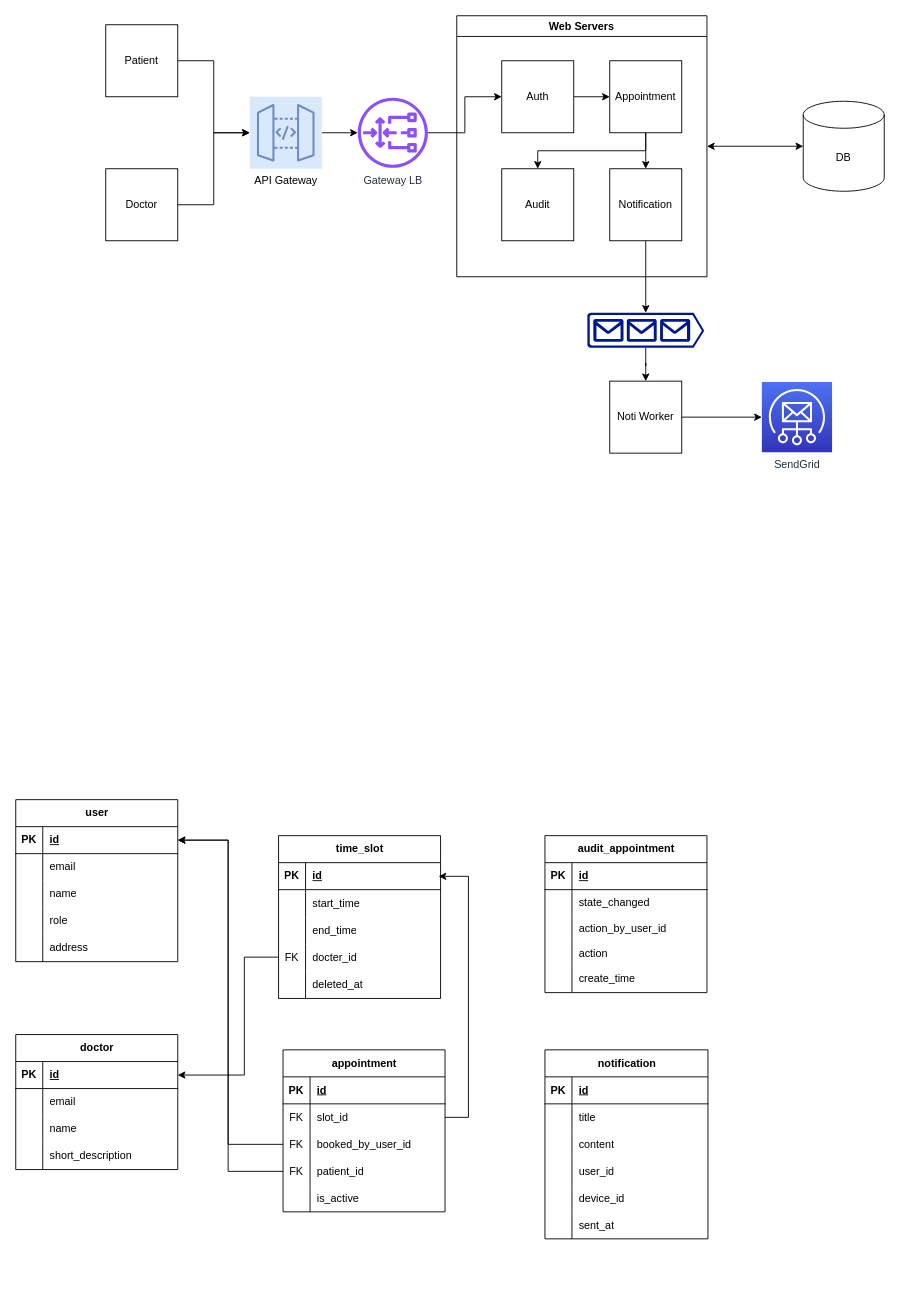
Before: projects/clinic_appointment_system/Untitled Diagram.drawio in Nhinlee/system-design-practice, a draw.io diagram. Source tidied: cells renumbered, new cells numbered last; positions are measured from the earlier drawing's top-left corner, leaving out a move shared by most shapes. Both pictures are drawn from the tidied source at 90%, with x=0, y=0 at pixel (15, 15).
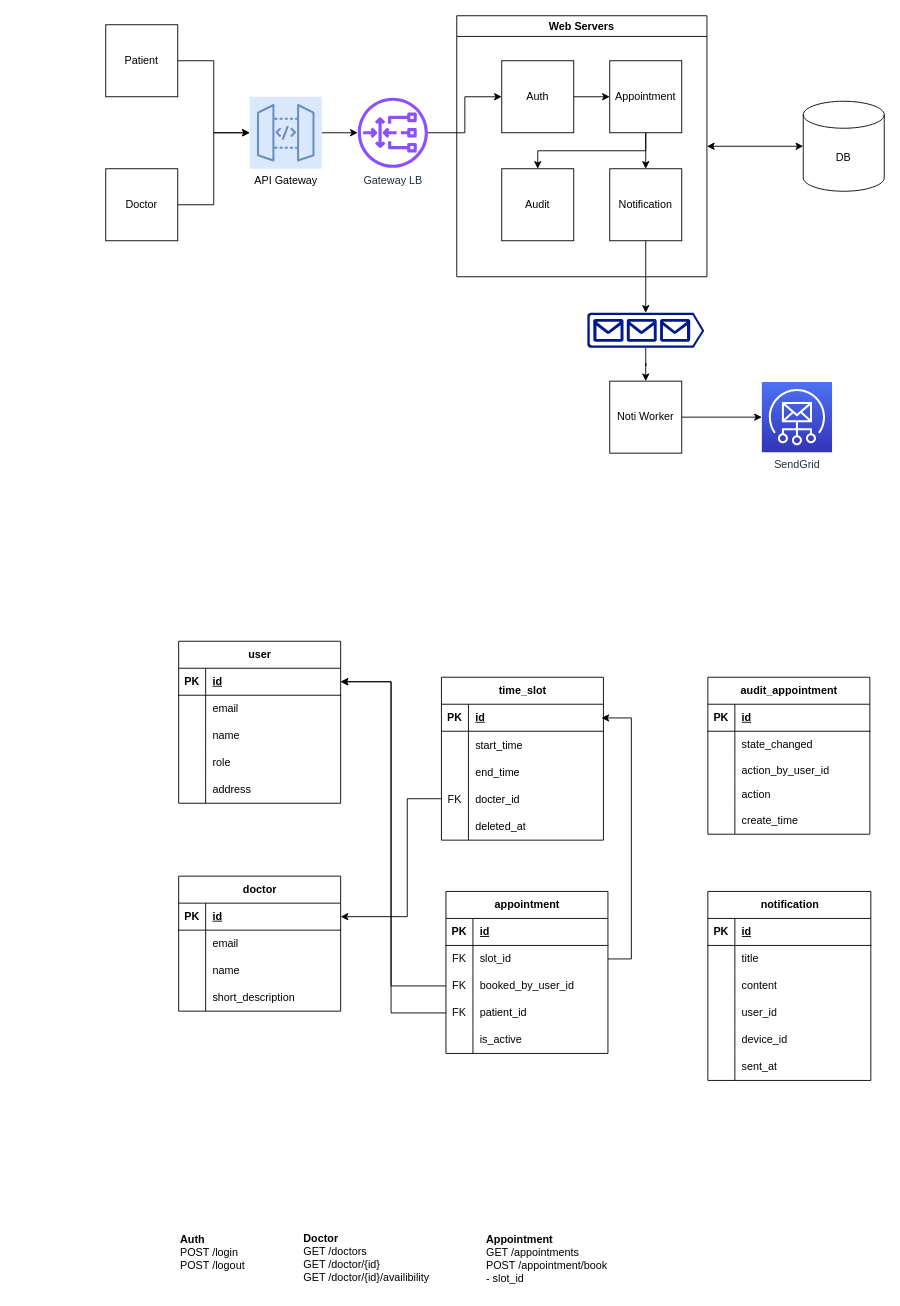
The same diagram, later.

The change refers to these unchanged cells:
```xml
<mxCell id="27" style="shape=tableRow;horizontal=0;startSize=0;swimlaneHead=0;swimlaneBody=0;fillColor=none;points=[[0,0.5],[1,0.5]];portConstraint=eastwest;top=0;left=0;right=0;bottom=1;" parent="26" vertex="1">
  <mxGeometry y="30" width="180" height="30" as="geometry" />
</mxCell>
<mxCell id="43" style="shape=tableRow;horizontal=0;startSize=0;swimlaneHead=0;swimlaneBody=0;fillColor=none;points=[[0,0.5],[1,0.5]];portConstraint=eastwest;top=0;left=0;right=0;bottom=1;" parent="42" vertex="1">
  <mxGeometry y="30" width="180" height="30" as="geometry" />
</mxCell>
<mxCell id="52" style="shape=tableRow;horizontal=0;startSize=0;swimlaneHead=0;swimlaneBody=0;fillColor=none;points=[[0,0.5],[1,0.5]];portConstraint=eastwest;top=0;left=0;right=0;bottom=0;" parent="42" vertex="1">
  <mxGeometry y="121" width="180" height="30" as="geometry" />
</mxCell>
<mxCell id="62" style="shape=tableRow;horizontal=0;startSize=0;swimlaneHead=0;swimlaneBody=0;fillColor=none;points=[[0,0.5],[1,0.5]];portConstraint=eastwest;top=0;left=0;right=0;bottom=0;" parent="58" vertex="1">
  <mxGeometry y="60" width="180" height="30" as="geometry" />
</mxCell>
<mxCell id="65" style="shape=tableRow;horizontal=0;startSize=0;swimlaneHead=0;swimlaneBody=0;fillColor=none;points=[[0,0.5],[1,0.5]];portConstraint=eastwest;top=0;left=0;right=0;bottom=0;" parent="58" vertex="1">
  <mxGeometry y="90" width="180" height="30" as="geometry" />
</mxCell>
<mxCell id="68" style="shape=tableRow;horizontal=0;startSize=0;swimlaneHead=0;swimlaneBody=0;fillColor=none;points=[[0,0.5],[1,0.5]];portConstraint=eastwest;top=0;left=0;right=0;bottom=0;" parent="58" vertex="1">
  <mxGeometry y="120" width="180" height="30" as="geometry" />
</mxCell>
<mxCell id="78" style="shape=tableRow;horizontal=0;startSize=0;swimlaneHead=0;swimlaneBody=0;fillColor=none;points=[[0,0.5],[1,0.5]];portConstraint=eastwest;top=0;left=0;right=0;bottom=1;" parent="77" vertex="1">
  <mxGeometry y="30" width="180" height="30" as="geometry" />
</mxCell>
```

Change to the diagram source:
```diff
@@
     <mxCell id="26" value="user" style="shape=table;startSize=30;childLayout=tableLayout;rowLines=0;fontStyle=1;align=center;html=1;" parent="1" vertex="1">
-      <mxGeometry y="871" width="180" height="180" as="geometry" />
+      <mxGeometry x="181" y="695" width="180" height="180" as="geometry" />
     </mxCell>
@@
     <mxCell id="42" value="time_slot" style="shape=table;startSize=30;childLayout=tableLayout;rowLines=0;fontStyle=1;align=center;html=1;" parent="1" vertex="1">
-      <mxGeometry x="292" y="911" width="180" height="180.9" as="geometry" />
+      <mxGeometry x="473" y="735" width="180" height="181" as="geometry" />
     </mxCell>
@@
     <mxCell id="58" value="appointment" style="shape=table;startSize=30;childLayout=tableLayout;rowLines=0;fontStyle=1;align=center;html=1;" parent="1" vertex="1">
-      <mxGeometry x="297" y="1149" width="180" height="180" as="geometry" />
+      <mxGeometry x="478" y="973" width="180" height="180" as="geometry" />
     </mxCell>
@@
     <mxCell id="74" style="edgeStyle=orthogonalEdgeStyle;rounded=0;jettySize=auto;html=1;entryX=1;entryY=0.5;entryDx=0;entryDy=0;" parent="1" edge="1" source="68" target="27">
       <mxGeometry relative="1" as="geometry">
         <Array as="points">
-          <mxPoint x="236" y="1284" />
-          <mxPoint x="236" y="916" />
+          <mxPoint x="417" y="1108" />
+          <mxPoint x="417" y="740" />
         </Array>
       </mxGeometry>
     </mxCell>
     <mxCell id="75" style="edgeStyle=orthogonalEdgeStyle;rounded=0;jettySize=auto;html=1;entryX=1;entryY=0.5;entryDx=0;entryDy=0;" parent="1" edge="1" source="65" target="27">
       <mxGeometry relative="1" as="geometry">
         <Array as="points">
-          <mxPoint x="236" y="1254" />
-          <mxPoint x="236" y="916" />
+          <mxPoint x="417" y="1078" />
+          <mxPoint x="417" y="740" />
         </Array>
       </mxGeometry>
     </mxCell>
     <mxCell id="76" style="edgeStyle=orthogonalEdgeStyle;rounded=0;jettySize=auto;html=1;entryX=0.988;entryY=0.507;entryDx=0;entryDy=0;entryPerimeter=0;" parent="1" edge="1" source="62" target="43">
       <mxGeometry relative="1" as="geometry">
         <Array as="points">
-          <mxPoint x="503" y="1224" />
-          <mxPoint x="503" y="956" />
+          <mxPoint x="684" y="1048" />
+          <mxPoint x="684" y="780" />
         </Array>
       </mxGeometry>
     </mxCell>
     <mxCell id="77" value="doctor" style="shape=table;startSize=30;childLayout=tableLayout;rowLines=0;fontStyle=1;align=center;html=1;" parent="1" vertex="1">
-      <mxGeometry y="1132" width="180" height="150" as="geometry" />
+      <mxGeometry x="181" y="956" width="180" height="150" as="geometry" />
     </mxCell>
@@
     <mxCell id="90" style="edgeStyle=orthogonalEdgeStyle;rounded=0;jettySize=auto;html=1;" parent="1" edge="1" source="52" target="78">
       <mxGeometry relative="1" as="geometry">
         <Array as="points">
-          <mxPoint x="254" y="1046" />
-          <mxPoint x="254" y="1177" />
+          <mxPoint x="435" y="870" />
+          <mxPoint x="435" y="1001" />
         </Array>
       </mxGeometry>
     </mxCell>
     <mxCell id="91" value="audit_appointment" style="shape=table;startSize=30;childLayout=tableLayout;rowLines=0;fontStyle=1;align=center;html=1;" parent="1" vertex="1">
-      <mxGeometry x="588" y="911" width="180" height="174.4" as="geometry" />
+      <mxGeometry x="769" y="735" width="180" height="174.4" as="geometry" />
     </mxCell>
@@
     <mxCell id="107" value="notification" style="shape=table;startSize=30;childLayout=tableLayout;rowLines=0;fontStyle=1;align=center;html=1;" parent="1" vertex="1">
-      <mxGeometry x="588" y="1149" width="181.1" height="210" as="geometry" />
+      <mxGeometry x="769" y="973" width="181.1" height="210" as="geometry" />
     </mxCell>
@@
+    <mxCell id="126" value="&lt;div&gt;&lt;b&gt;Auth&lt;/b&gt;&lt;/div&gt;&lt;div&gt;&lt;span style=&quot;background-color: transparent; color: light-dark(rgb(0, 0, 0), rgb(255, 255, 255));&quot;&gt;POST /login&lt;/span&gt;&lt;/div&gt;&lt;div&gt;POST /logout&lt;/div&gt;" style="text;html=1;align=left;verticalAlign=top;strokeColor=none;fillColor=none;horizontal=1;labelPosition=center;verticalLabelPosition=middle;" parent="1" vertex="1">
+      <mxGeometry x="181" y="1346" width="100" height="60" as="geometry" />
+    </mxCell>
+    <mxCell id="127" value="&lt;div&gt;&lt;b&gt;Doctor&lt;/b&gt;&lt;/div&gt;&lt;div&gt;GET /doctors&lt;/div&gt;&lt;div&gt;&lt;span style=&quot;background-color: transparent; color: light-dark(rgb(0, 0, 0), rgb(255, 255, 255));&quot;&gt;GET /doctor/{id}&lt;/span&gt;&lt;/div&gt;&lt;div&gt;GET /doctor/{id}/availibility&lt;/div&gt;" style="text;html=1;align=left;verticalAlign=top;strokeColor=none;fillColor=none;horizontal=1;labelPosition=center;verticalLabelPosition=middle;" parent="1" vertex="1">
+      <mxGeometry x="318" y="1345" width="160" height="70" as="geometry" />
+    </mxCell>
+    <mxCell id="128" value="&lt;div&gt;&lt;b&gt;Appointment&lt;/b&gt;&lt;/div&gt;&lt;div&gt;GET /appointments&lt;/div&gt;&lt;div&gt;POST /appointment/book&lt;/div&gt;&lt;div&gt;- slot_id&lt;/div&gt;" style="text;html=1;align=left;verticalAlign=top;strokeColor=none;fillColor=none;horizontal=1;labelPosition=center;verticalLabelPosition=middle;" parent="1" vertex="1">
+      <mxGeometry x="521" y="1346" width="160" height="70" as="geometry" />
+    </mxCell>
```
